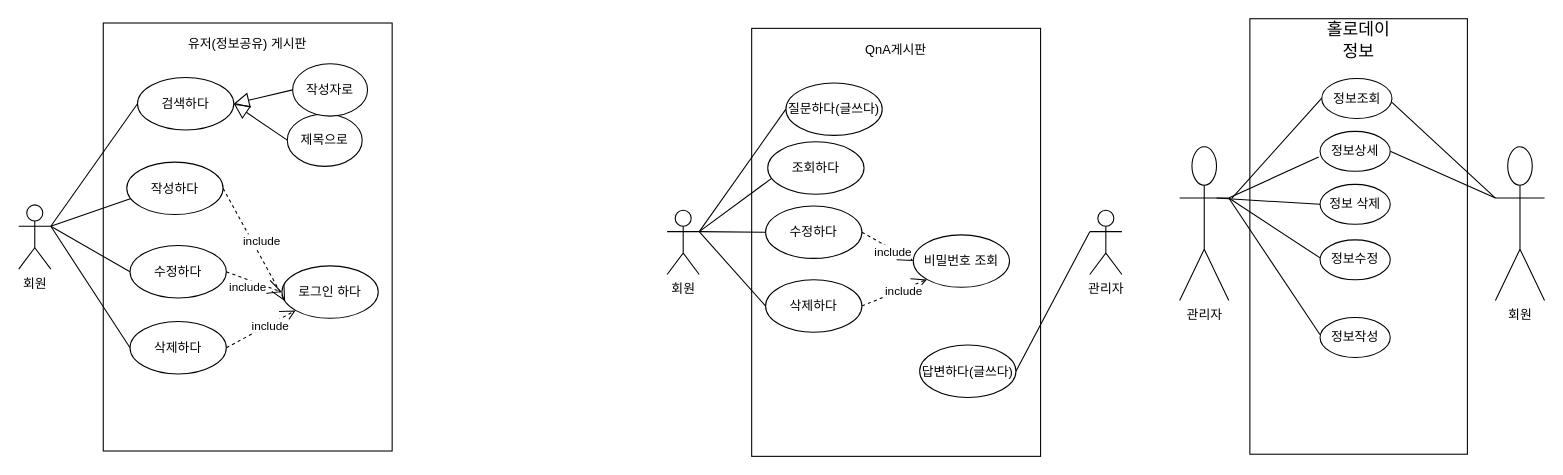
Above: 2조_홀로데이_유스케이스.drawio in 2023240298-ctrl/semi-project-holoday (draw.io), before the change. Source tidied: cells renumbered, new cells numbered last; positions are measured from the earlier drawing's top-left corner, leaving out a move shared by most shapes. Both pictures are drawn from the tidied source at 107%, with x=0, y=0 at pixel (18, 18).
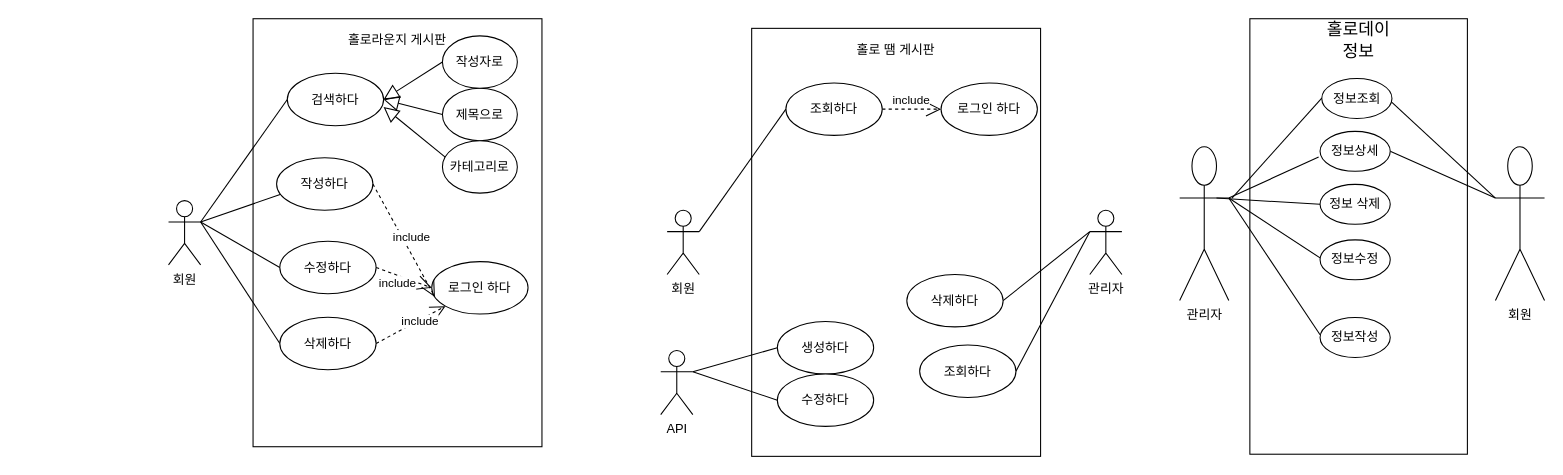
After the change.

Commit message:
2조_홀로데이_유스케이스.drawio 업데이트

Unchanged cells that the change refers to:
```xml
<mxCell id="3" value="회원" style="shape=umlActor;verticalLabelPosition=bottom;verticalAlign=top;html=1;" parent="1" vertex="1">
  <mxGeometry x="606" y="179" width="30" height="60" as="geometry" />
</mxCell>
<mxCell id="4" value="관리자" style="shape=umlActor;verticalLabelPosition=bottom;verticalAlign=top;html=1;" parent="1" vertex="1">
  <mxGeometry x="1001" y="179" width="30" height="60" as="geometry" />
</mxCell>
```

The edit, as a diff of the source:
```diff
@@
-    <mxCell id="2" value="QnA게시판&lt;div&gt;&lt;br&gt;&lt;/div&gt;&lt;div&gt;&lt;br&gt;&lt;/div&gt;&lt;div&gt;&lt;br&gt;&lt;/div&gt;&lt;div&gt;&lt;br&gt;&lt;/div&gt;&lt;div&gt;&lt;br&gt;&lt;/div&gt;&lt;div&gt;&lt;br&gt;&lt;/div&gt;&lt;div&gt;&lt;br&gt;&lt;/div&gt;&lt;div&gt;&lt;br&gt;&lt;/div&gt;&lt;div&gt;&lt;br&gt;&lt;/div&gt;&lt;div&gt;&lt;br&gt;&lt;/div&gt;&lt;div&gt;&lt;br&gt;&lt;/div&gt;&lt;div&gt;&lt;br&gt;&lt;/div&gt;&lt;div&gt;&lt;br&gt;&lt;/div&gt;&lt;div&gt;&lt;br&gt;&lt;/div&gt;&lt;div&gt;&lt;br&gt;&lt;/div&gt;&lt;div&gt;&lt;br&gt;&lt;/div&gt;&lt;div&gt;&lt;br&gt;&lt;/div&gt;&lt;div&gt;&lt;br&gt;&lt;/div&gt;&lt;div&gt;&lt;br&gt;&lt;/div&gt;&lt;div&gt;&lt;br&gt;&lt;/div&gt;&lt;div&gt;&lt;br&gt;&lt;/div&gt;&lt;div&gt;&lt;br&gt;&lt;/div&gt;&lt;div&gt;&lt;br&gt;&lt;/div&gt;&lt;div&gt;&lt;br&gt;&lt;/div&gt;&lt;div&gt;&lt;br&gt;&lt;/div&gt;" style="whiteSpace=wrap;html=1;align=center;" parent="1" vertex="1">
+    <mxCell id="2" value="홀로 땜 게시판&lt;div&gt;&lt;br&gt;&lt;/div&gt;&lt;div&gt;&lt;br&gt;&lt;/div&gt;&lt;div&gt;&lt;br&gt;&lt;/div&gt;&lt;div&gt;&lt;br&gt;&lt;/div&gt;&lt;div&gt;&lt;br&gt;&lt;/div&gt;&lt;div&gt;&lt;br&gt;&lt;/div&gt;&lt;div&gt;&lt;br&gt;&lt;/div&gt;&lt;div&gt;&lt;br&gt;&lt;/div&gt;&lt;div&gt;&lt;br&gt;&lt;/div&gt;&lt;div&gt;&lt;br&gt;&lt;/div&gt;&lt;div&gt;&lt;br&gt;&lt;/div&gt;&lt;div&gt;&lt;br&gt;&lt;/div&gt;&lt;div&gt;&lt;br&gt;&lt;/div&gt;&lt;div&gt;&lt;br&gt;&lt;/div&gt;&lt;div&gt;&lt;br&gt;&lt;/div&gt;&lt;div&gt;&lt;br&gt;&lt;/div&gt;&lt;div&gt;&lt;br&gt;&lt;/div&gt;&lt;div&gt;&lt;br&gt;&lt;/div&gt;&lt;div&gt;&lt;br&gt;&lt;/div&gt;&lt;div&gt;&lt;br&gt;&lt;/div&gt;&lt;div&gt;&lt;br&gt;&lt;/div&gt;&lt;div&gt;&lt;br&gt;&lt;/div&gt;&lt;div&gt;&lt;br&gt;&lt;/div&gt;&lt;div&gt;&lt;br&gt;&lt;/div&gt;&lt;div&gt;&lt;br&gt;&lt;/div&gt;" style="whiteSpace=wrap;html=1;align=center;" parent="1" vertex="1">
       <mxGeometry x="685" y="9" width="270" height="400" as="geometry" />
     </mxCell>
@@
-    <mxCell id="5" value="질문하다(글쓰다)" style="ellipse;whiteSpace=wrap;html=1;" parent="1" vertex="1">
+    <mxCell id="5" value="조회하다" style="ellipse;whiteSpace=wrap;html=1;" parent="1" vertex="1">
       <mxGeometry x="717" y="60" width="90" height="49" as="geometry" />
     </mxCell>
-    <mxCell id="6" value="답변하다(글쓰다)" style="ellipse;whiteSpace=wrap;html=1;" parent="1" vertex="1">
+    <mxCell id="6" value="조회하다" style="ellipse;whiteSpace=wrap;html=1;" parent="1" vertex="1">
       <mxGeometry x="842" y="305" width="90" height="49" as="geometry" />
     </mxCell>
-    <mxCell id="7" value="조회하다" style="ellipse;whiteSpace=wrap;html=1;" parent="1" vertex="1">
-      <mxGeometry x="700" y="115" width="90" height="49" as="geometry" />
-    </mxCell>
-    <mxCell id="8" value="수정하다" style="ellipse;whiteSpace=wrap;html=1;" parent="1" vertex="1">
-      <mxGeometry x="698" y="175" width="90" height="49" as="geometry" />
-    </mxCell>
-    <mxCell id="9" value="삭제하다" style="ellipse;whiteSpace=wrap;html=1;" parent="1" vertex="1">
-      <mxGeometry x="698" y="244" width="90" height="49" as="geometry" />
-    </mxCell>
-    <mxCell id="10" value="비밀번호 조회" style="ellipse;whiteSpace=wrap;html=1;" parent="1" vertex="1">
-      <mxGeometry x="836" y="202" width="90" height="49" as="geometry" />
-    </mxCell>
@@
-    <mxCell id="12" style="endArrow=none;html=1;rounded=0;entryX=0.044;entryY=0.694;entryDx=0;entryDy=0;exitX=1;exitY=0.3333333333333333;exitDx=0;exitDy=0;exitPerimeter=0;entryPerimeter=0;" parent="1" edge="1" source="3" target="7">
-      <mxGeometry relative="1" as="geometry" />
-    </mxCell>
-    <mxCell id="13" style="endArrow=none;html=1;rounded=0;entryX=0;entryY=0.5;entryDx=0;entryDy=0;exitX=1;exitY=0.3333333333333333;exitDx=0;exitDy=0;exitPerimeter=0;" parent="1" edge="1" source="3" target="8">
-      <mxGeometry relative="1" as="geometry" />
-    </mxCell>
-    <mxCell id="14" style="endArrow=none;html=1;rounded=0;entryX=0;entryY=0.5;entryDx=0;entryDy=0;exitX=1;exitY=0.3333333333333333;exitDx=0;exitDy=0;exitPerimeter=0;" parent="1" edge="1" source="3" target="9">
-      <mxGeometry relative="1" as="geometry" />
-    </mxCell>
@@
-    <mxCell id="16" value="include" style="endArrow=open;endSize=12;dashed=1;html=1;rounded=0;entryX=0;entryY=0.5;entryDx=0;entryDy=0;exitX=1;exitY=0.5;exitDx=0;exitDy=0;" parent="1" edge="1" source="8" target="10">
-      <mxGeometry x="0.25" y="-2" relative="1" as="geometry" />
-    </mxCell>
-    <mxCell id="17" value="include" style="endArrow=open;endSize=12;dashed=1;html=1;rounded=0;entryX=0;entryY=1;entryDx=0;entryDy=0;exitX=1;exitY=0.5;exitDx=0;exitDy=0;" parent="1" edge="1" source="9" target="10">
-      <mxGeometry x="0.25" y="-2" relative="1" as="geometry" />
-    </mxCell>
-    <mxCell id="18" value="유저(정보공유) 게시판&lt;div&gt;&lt;br&gt;&lt;/div&gt;&lt;div&gt;&lt;br&gt;&lt;/div&gt;&lt;div&gt;&lt;br&gt;&lt;/div&gt;&lt;div&gt;&lt;br&gt;&lt;/div&gt;&lt;div&gt;&lt;br&gt;&lt;/div&gt;&lt;div&gt;&lt;br&gt;&lt;/div&gt;&lt;div&gt;&lt;br&gt;&lt;/div&gt;&lt;div&gt;&lt;br&gt;&lt;/div&gt;&lt;div&gt;&lt;br&gt;&lt;/div&gt;&lt;div&gt;&lt;br&gt;&lt;/div&gt;&lt;div&gt;&lt;br&gt;&lt;/div&gt;&lt;div&gt;&lt;br&gt;&lt;/div&gt;&lt;div&gt;&lt;br&gt;&lt;/div&gt;&lt;div&gt;&lt;br&gt;&lt;/div&gt;&lt;div&gt;&lt;br&gt;&lt;/div&gt;&lt;div&gt;&lt;br&gt;&lt;/div&gt;&lt;div&gt;&lt;br&gt;&lt;/div&gt;&lt;div&gt;&lt;br&gt;&lt;/div&gt;&lt;div&gt;&lt;br&gt;&lt;/div&gt;&lt;div&gt;&lt;br&gt;&lt;/div&gt;&lt;div&gt;&lt;br&gt;&lt;/div&gt;&lt;div&gt;&lt;br&gt;&lt;/div&gt;&lt;div&gt;&lt;br&gt;&lt;/div&gt;&lt;div&gt;&lt;br&gt;&lt;/div&gt;&lt;div&gt;&lt;br&gt;&lt;/div&gt;" style="whiteSpace=wrap;html=1;align=center;" parent="1" vertex="1">
-      <mxGeometry x="79" y="4" width="270" height="400" as="geometry" />
+    <mxCell id="18" value="홀로라운지 게시판&lt;div&gt;&lt;br&gt;&lt;/div&gt;&lt;div&gt;&lt;br&gt;&lt;/div&gt;&lt;div&gt;&lt;br&gt;&lt;/div&gt;&lt;div&gt;&lt;br&gt;&lt;/div&gt;&lt;div&gt;&lt;br&gt;&lt;/div&gt;&lt;div&gt;&lt;br&gt;&lt;/div&gt;&lt;div&gt;&lt;br&gt;&lt;/div&gt;&lt;div&gt;&lt;br&gt;&lt;/div&gt;&lt;div&gt;&lt;br&gt;&lt;/div&gt;&lt;div&gt;&lt;br&gt;&lt;/div&gt;&lt;div&gt;&lt;br&gt;&lt;/div&gt;&lt;div&gt;&lt;br&gt;&lt;/div&gt;&lt;div&gt;&lt;br&gt;&lt;/div&gt;&lt;div&gt;&lt;br&gt;&lt;/div&gt;&lt;div&gt;&lt;br&gt;&lt;/div&gt;&lt;div&gt;&lt;br&gt;&lt;/div&gt;&lt;div&gt;&lt;br&gt;&lt;/div&gt;&lt;div&gt;&lt;br&gt;&lt;/div&gt;&lt;div&gt;&lt;br&gt;&lt;/div&gt;&lt;div&gt;&lt;br&gt;&lt;/div&gt;&lt;div&gt;&lt;br&gt;&lt;/div&gt;&lt;div&gt;&lt;br&gt;&lt;/div&gt;&lt;div&gt;&lt;br&gt;&lt;/div&gt;&lt;div&gt;&lt;br&gt;&lt;/div&gt;&lt;div&gt;&lt;br&gt;&lt;/div&gt;" style="whiteSpace=wrap;html=1;align=center;" parent="1" vertex="1">
+      <mxGeometry x="219" width="270" height="400" as="geometry" />
     </mxCell>
     <mxCell id="19" value="회원" style="shape=umlActor;verticalLabelPosition=bottom;verticalAlign=top;html=1;" parent="1" vertex="1">
-      <mxGeometry y="174" width="30" height="60" as="geometry" />
+      <mxGeometry x="140" y="170" width="30" height="60" as="geometry" />
     </mxCell>
     <mxCell id="20" value="검색하다" style="ellipse;whiteSpace=wrap;html=1;" parent="1" vertex="1">
-      <mxGeometry x="111" y="55" width="90" height="49" as="geometry" />
+      <mxGeometry x="251" y="51" width="90" height="49" as="geometry" />
     </mxCell>
     <mxCell id="21" value="작성하다" style="ellipse;whiteSpace=wrap;html=1;" parent="1" vertex="1">
-      <mxGeometry x="101" y="134" width="90" height="49" as="geometry" />
+      <mxGeometry x="241" y="130" width="90" height="49" as="geometry" />
     </mxCell>
     <mxCell id="22" value="수정하다" style="ellipse;whiteSpace=wrap;html=1;" parent="1" vertex="1">
-      <mxGeometry x="104" y="212" width="90" height="49" as="geometry" />
+      <mxGeometry x="244" y="208" width="90" height="49" as="geometry" />
     </mxCell>
     <mxCell id="23" value="삭제하다" style="ellipse;whiteSpace=wrap;html=1;" parent="1" vertex="1">
-      <mxGeometry x="104" y="283" width="90" height="49" as="geometry" />
+      <mxGeometry x="244" y="279" width="90" height="49" as="geometry" />
     </mxCell>
     <mxCell id="24" value="로그인 하다" style="ellipse;whiteSpace=wrap;html=1;" parent="1" vertex="1">
-      <mxGeometry x="246" y="231" width="90" height="49" as="geometry" />
+      <mxGeometry x="386" y="227" width="90" height="49" as="geometry" />
     </mxCell>
@@
     <mxCell id="32" value="제목으로" style="ellipse;whiteSpace=wrap;html=1;" parent="1" vertex="1">
-      <mxGeometry x="251" y="89" width="70" height="49" as="geometry" />
+      <mxGeometry x="396" y="65" width="70" height="49" as="geometry" />
     </mxCell>
     <mxCell id="33" value="작성자로" style="ellipse;whiteSpace=wrap;html=1;" parent="1" vertex="1">
-      <mxGeometry x="256" y="42" width="70" height="49" as="geometry" />
+      <mxGeometry x="396" y="16" width="70" height="49" as="geometry" />
     </mxCell>
@@
+    <mxCell id="53" value="카테고리로" style="ellipse;whiteSpace=wrap;html=1;" parent="1" vertex="1">
+      <mxGeometry x="396" y="114" width="70" height="49" as="geometry" />
+    </mxCell>
+    <mxCell id="54" style="endArrow=block;endFill=0;endSize=12;html=1;rounded=0;entryX=1;entryY=0.5;entryDx=0;entryDy=0;exitX=0.037;exitY=0.312;exitDx=0;exitDy=0;exitPerimeter=0;" parent="1" edge="1" source="53">
+      <mxGeometry relative="1" as="geometry">
+        <mxPoint x="341" y="82.5" as="targetPoint" />
+      </mxGeometry>
+    </mxCell>
+    <mxCell id="9" value="삭제하다" style="ellipse;whiteSpace=wrap;html=1;" parent="1" vertex="1">
+      <mxGeometry x="830" y="239" width="90" height="49" as="geometry" />
+    </mxCell>
+    <mxCell id="55" style="endArrow=none;html=1;rounded=0;exitX=0;exitY=0.3333333333333333;exitDx=0;exitDy=0;exitPerimeter=0;entryX=1;entryY=0.5;entryDx=0;entryDy=0;" parent="1" edge="1" source="4" target="9">
+      <mxGeometry relative="1" as="geometry" />
+    </mxCell>
+    <mxCell id="56" value="API" style="shape=umlActor;verticalLabelPosition=bottom;verticalAlign=top;html=1;" parent="1" vertex="1">
+      <mxGeometry x="600" y="310" width="30" height="60" as="geometry" />
+    </mxCell>
+    <mxCell id="57" value="생성하다" style="ellipse;whiteSpace=wrap;html=1;" parent="1" vertex="1">
+      <mxGeometry x="709" y="283" width="90" height="49" as="geometry" />
+    </mxCell>
+    <mxCell id="58" style="endArrow=none;html=1;rounded=0;entryX=0;entryY=0.5;entryDx=0;entryDy=0;exitX=1;exitY=0.3333333333333333;exitDx=0;exitDy=0;exitPerimeter=0;" parent="1" edge="1" source="56" target="57">
+      <mxGeometry relative="1" as="geometry" />
+    </mxCell>
+    <mxCell id="8" value="수정하다" style="ellipse;whiteSpace=wrap;html=1;" parent="1" vertex="1">
+      <mxGeometry x="709" y="332" width="90" height="49" as="geometry" />
+    </mxCell>
+    <mxCell id="59" style="endArrow=none;html=1;rounded=0;entryX=1;entryY=0.3333333333333333;entryDx=0;entryDy=0;exitX=0;exitY=0.5;exitDx=0;exitDy=0;entryPerimeter=0;" parent="1" edge="1" source="8" target="56">
+      <mxGeometry relative="1" as="geometry" />
+    </mxCell>
+    <mxCell id="60" value="로그인 하다" style="ellipse;whiteSpace=wrap;html=1;" parent="1" vertex="1">
+      <mxGeometry x="862" y="60" width="90" height="49" as="geometry" />
+    </mxCell>
+    <mxCell id="16" value="include" style="endArrow=open;endSize=12;dashed=1;html=1;rounded=0;entryX=0;entryY=0.5;entryDx=0;entryDy=0;exitX=1;exitY=0.5;exitDx=0;exitDy=0;" parent="1" edge="1" source="5" target="60">
+      <mxGeometry x="0.01" y="9" relative="1" as="geometry">
+        <mxPoint x="-1" as="offset" />
+      </mxGeometry>
+    </mxCell>
```
